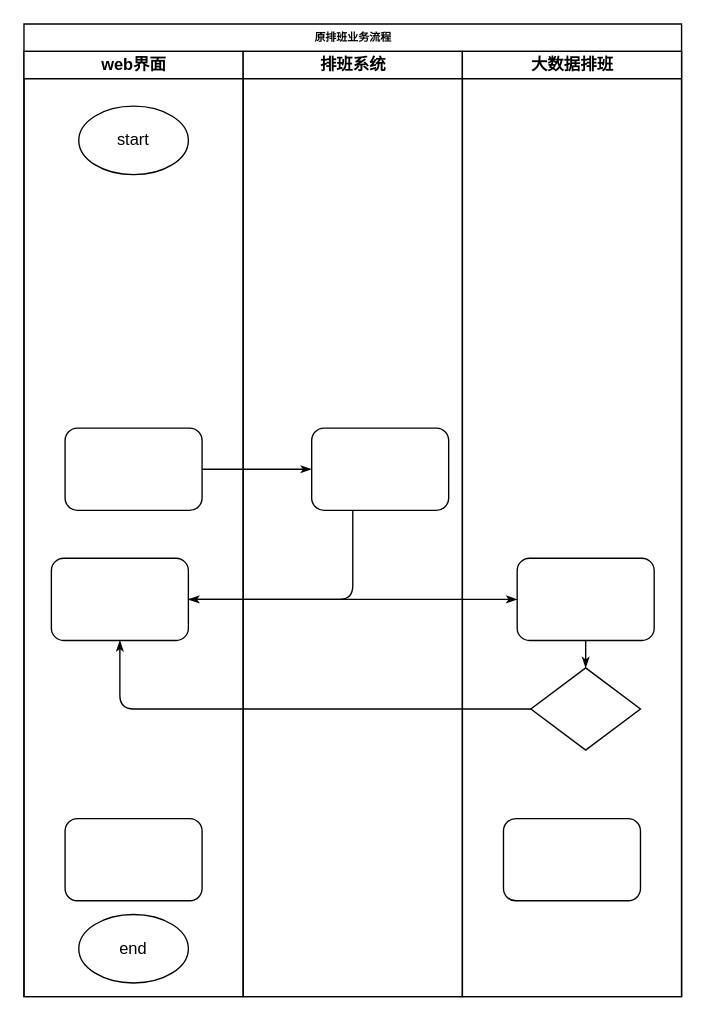
Before: 未命名绘图.drawio in alwayChina/draw, a draw.io diagram. Source tidied: cells renumbered, new cells numbered last; positions are measured from the earlier drawing's top-left corner, leaving out a move shared by most shapes. Both pictures are drawn from the tidied source at 137%, with x=0, y=0 at pixel (23, 23).
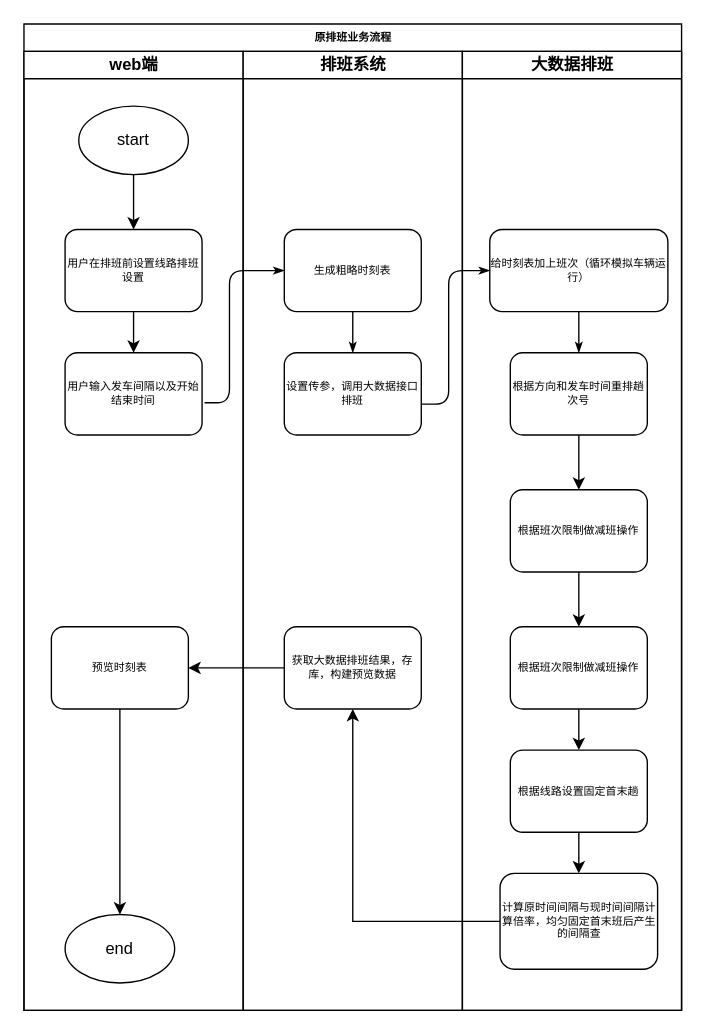
Above is the later version.

Commit message:
更新未命名绘图.drawio

Unchanged cells that the change refers to:
```xml
<mxCell id="11" value="start" style="ellipse;whiteSpace=wrap;html=1;" parent="7" vertex="1">
  <mxGeometry x="40" y="40" width="80" height="50" as="geometry" />
</mxCell>
```

What changed in the source:
```diff
@@
     <mxCell id="2" value="原排班业务流程" style="swimlane;html=1;startSize=20;rounded=0;shadow=0;labelBackgroundColor=none;strokeWidth=1;fontFamily=Verdana;fontSize=8;align=center;" parent="1" vertex="1">
-      <mxGeometry width="480" height="710" as="geometry" />
+      <mxGeometry width="480" height="720" as="geometry" />
     </mxCell>
-    <mxCell id="3" style="edgeStyle=orthogonalEdgeStyle;rounded=1;html=1;labelBackgroundColor=none;startArrow=none;startFill=0;startSize=5;endArrow=classicThin;endFill=1;endSize=5;jettySize=auto;strokeWidth=1;fontFamily=Verdana;fontSize=8;" parent="2" edge="1" source="8" target="14">
-      <mxGeometry relative="1" as="geometry" />
+    <mxCell id="3" style="edgeStyle=orthogonalEdgeStyle;rounded=1;html=1;labelBackgroundColor=none;startArrow=none;startFill=0;startSize=5;endArrow=classicThin;endFill=1;endSize=5;jettySize=auto;strokeWidth=1;fontFamily=Verdana;fontSize=8;exitX=1.018;exitY=0.608;exitDx=0;exitDy=0;exitPerimeter=0;entryX=0;entryY=0.5;entryDx=0;entryDy=0;" parent="2" edge="1" source="23" target="14">
+      <mxGeometry relative="1" as="geometry">
+        <Array as="points">
+          <mxPoint x="150" y="276" />
+          <mxPoint x="150" y="180" />
+        </Array>
+      </mxGeometry>
     </mxCell>
-    <mxCell id="4" style="edgeStyle=orthogonalEdgeStyle;rounded=1;html=1;labelBackgroundColor=none;startArrow=none;startFill=0;startSize=5;endArrow=classicThin;endFill=1;endSize=5;jettySize=auto;strokeWidth=1;fontFamily=Verdana;fontSize=8;" parent="2" edge="1" source="14" target="9">
-      <mxGeometry relative="1" as="geometry">
-        <Array as="points">
-          <mxPoint x="240" y="420" />
-        </Array>
-      </mxGeometry>
-    </mxCell>
-    <mxCell id="5" style="edgeStyle=orthogonalEdgeStyle;rounded=1;html=1;labelBackgroundColor=none;startArrow=none;startFill=0;startSize=5;endArrow=classicThin;endFill=1;endSize=5;jettySize=auto;strokeWidth=1;fontFamily=Verdana;fontSize=8;" parent="2" edge="1" source="9" target="16">
-      <mxGeometry relative="1" as="geometry" />
+    <mxCell id="5" style="edgeStyle=orthogonalEdgeStyle;rounded=1;html=1;labelBackgroundColor=none;startArrow=none;startFill=0;startSize=5;endArrow=classicThin;endFill=1;endSize=5;jettySize=auto;strokeWidth=1;fontFamily=Verdana;fontSize=8;exitX=1.004;exitY=0.625;exitDx=0;exitDy=0;exitPerimeter=0;entryX=0;entryY=0.5;entryDx=0;entryDy=0;" parent="2" edge="1" source="9" target="16">
+      <mxGeometry relative="1" as="geometry">
+        <Array as="points">
+          <mxPoint x="310" y="278" />
+          <mxPoint x="310" y="180" />
+        </Array>
+      </mxGeometry>
     </mxCell>
-    <mxCell id="6" style="edgeStyle=orthogonalEdgeStyle;rounded=1;html=1;labelBackgroundColor=none;startArrow=none;startFill=0;startSize=5;endArrow=classicThin;endFill=1;endSize=5;jettySize=auto;strokeWidth=1;fontFamily=Verdana;fontSize=8;" parent="2" edge="1" source="17" target="9">
-      <mxGeometry relative="1" as="geometry" />
-    </mxCell>
-    <mxCell id="7" value="web界面" style="swimlane;html=1;startSize=20;" parent="2" vertex="1">
-      <mxGeometry y="20" width="160" height="690" as="geometry" />
+    <mxCell id="7" value="web端" style="swimlane;html=1;startSize=20;" parent="2" vertex="1">
+      <mxGeometry y="20" width="160" height="700" as="geometry" />
     </mxCell>
-    <mxCell id="8" style="rounded=1;whiteSpace=wrap;html=1;shadow=0;labelBackgroundColor=none;strokeWidth=1;fontFamily=Verdana;fontSize=8;align=center;" parent="7" vertex="1">
-      <mxGeometry x="30" y="275" width="100" height="60" as="geometry" />
-    </mxCell>
-    <mxCell id="9" style="rounded=1;whiteSpace=wrap;html=1;shadow=0;labelBackgroundColor=none;strokeWidth=1;fontFamily=Verdana;fontSize=8;align=center;" parent="7" vertex="1">
-      <mxGeometry x="20" y="370" width="100" height="60" as="geometry" />
-    </mxCell>
-    <mxCell id="10" style="rounded=1;whiteSpace=wrap;html=1;shadow=0;labelBackgroundColor=none;strokeWidth=1;fontFamily=Verdana;fontSize=8;align=center;" parent="7" vertex="1">
-      <mxGeometry x="30" y="560" width="100" height="60" as="geometry" />
-    </mxCell>
+    <mxCell id="20" style="edgeStyle=orthogonalEdgeStyle;rounded=0;jettySize=auto;html=1;" parent="7" edge="1" source="11" target="22">
+      <mxGeometry relative="1" as="geometry" />
+    </mxCell>
@@
     <mxCell id="12" value="end" style="ellipse;whiteSpace=wrap;html=1;" parent="7" vertex="1">
-      <mxGeometry x="40" y="630" width="80" height="50" as="geometry" />
+      <mxGeometry x="30" y="630" width="80" height="50" as="geometry" />
     </mxCell>
+    <mxCell id="21" style="edgeStyle=orthogonalEdgeStyle;rounded=0;jettySize=auto;html=1;" parent="7" edge="1" source="22" target="23">
+      <mxGeometry relative="1" as="geometry" />
+    </mxCell>
+    <mxCell id="22" value="用户在排班前设置线路排班设置" style="rounded=1;whiteSpace=wrap;html=1;shadow=0;labelBackgroundColor=none;strokeWidth=1;fontFamily=Verdana;fontSize=8;align=center;" parent="7" vertex="1">
+      <mxGeometry x="30" y="130" width="100" height="60" as="geometry" />
+    </mxCell>
+    <mxCell id="23" value="用户输入发车间隔以及开始结束时间" style="rounded=1;whiteSpace=wrap;html=1;shadow=0;labelBackgroundColor=none;strokeWidth=1;fontFamily=Verdana;fontSize=8;align=center;" parent="7" vertex="1">
+      <mxGeometry x="30" y="220" width="100" height="60" as="geometry" />
+    </mxCell>
+    <mxCell id="24" style="edgeStyle=orthogonalEdgeStyle;rounded=0;jettySize=auto;html=1;" parent="7" edge="1" source="25" target="12">
+      <mxGeometry relative="1" as="geometry" />
+    </mxCell>
+    <mxCell id="25" value="预览时刻表" style="rounded=1;whiteSpace=wrap;html=1;shadow=0;labelBackgroundColor=none;strokeWidth=1;fontFamily=Verdana;fontSize=8;align=center;" parent="7" vertex="1">
+      <mxGeometry x="20" y="420" width="100" height="60" as="geometry" />
+    </mxCell>
     <mxCell id="13" value="排班系统" style="swimlane;html=1;startSize=20;" parent="2" vertex="1">
-      <mxGeometry x="160" y="20" width="160" height="690" as="geometry" />
+      <mxGeometry x="160" y="20" width="160" height="700" as="geometry" />
     </mxCell>
-    <mxCell id="14" style="rounded=1;whiteSpace=wrap;html=1;shadow=0;labelBackgroundColor=none;strokeWidth=1;fontFamily=Verdana;fontSize=8;align=center;" parent="13" vertex="1">
-      <mxGeometry x="50" y="275" width="100" height="60" as="geometry" />
+    <mxCell id="14" value="生成粗略时刻表" style="rounded=1;whiteSpace=wrap;html=1;shadow=0;labelBackgroundColor=none;strokeWidth=1;fontFamily=Verdana;fontSize=8;align=center;" parent="13" vertex="1">
+      <mxGeometry x="30" y="130" width="100" height="60" as="geometry" />
     </mxCell>
+    <mxCell id="9" value="设置传参，调用大数据接口排班" style="rounded=1;whiteSpace=wrap;html=1;shadow=0;labelBackgroundColor=none;strokeWidth=1;fontFamily=Verdana;fontSize=8;align=center;" parent="13" vertex="1">
+      <mxGeometry x="30" y="220" width="100" height="60" as="geometry" />
+    </mxCell>
+    <mxCell id="4" style="edgeStyle=orthogonalEdgeStyle;rounded=1;html=1;labelBackgroundColor=none;startArrow=none;startFill=0;startSize=5;endArrow=classicThin;endFill=1;endSize=5;jettySize=auto;strokeWidth=1;fontFamily=Verdana;fontSize=8;entryX=0.5;entryY=0;entryDx=0;entryDy=0;" parent="13" edge="1" source="14" target="9">
+      <mxGeometry relative="1" as="geometry" />
+    </mxCell>
+    <mxCell id="26" value="获取大数据排班结果，存库，构建预览数据" style="rounded=1;whiteSpace=wrap;html=1;shadow=0;labelBackgroundColor=none;strokeWidth=1;fontFamily=Verdana;fontSize=8;align=center;" parent="13" vertex="1">
+      <mxGeometry x="30" y="420" width="100" height="60" as="geometry" />
+    </mxCell>
     <mxCell id="15" value="大数据排班" style="swimlane;html=1;startSize=20;" parent="2" vertex="1">
-      <mxGeometry x="320" y="20" width="160" height="690" as="geometry" />
+      <mxGeometry x="320" y="20" width="160" height="700" as="geometry" />
     </mxCell>
+    <mxCell id="27" style="edgeStyle=orthogonalEdgeStyle;rounded=0;jettySize=auto;html=1;" parent="15" edge="1" source="18" target="10">
+      <mxGeometry relative="1" as="geometry" />
+    </mxCell>
+    <mxCell id="18" value="根据方向和发车时间重排趟次号" style="rounded=1;whiteSpace=wrap;html=1;shadow=0;labelBackgroundColor=none;strokeWidth=1;fontFamily=Verdana;fontSize=8;align=center;" parent="15" vertex="1">
+      <mxGeometry x="35" y="220" width="100" height="60" as="geometry" />
+    </mxCell>
-    <mxCell id="16" style="rounded=1;whiteSpace=wrap;html=1;shadow=0;labelBackgroundColor=none;strokeWidth=1;fontFamily=Verdana;fontSize=8;align=center;" parent="15" vertex="1">
-      <mxGeometry x="40" y="370" width="100" height="60" as="geometry" />
+    <mxCell id="16" value="给时刻表加上班次（循环模拟车辆运行）" style="rounded=1;whiteSpace=wrap;html=1;shadow=0;labelBackgroundColor=none;strokeWidth=1;fontFamily=Verdana;fontSize=8;align=center;" parent="15" vertex="1">
+      <mxGeometry x="20" y="130" width="130" height="60" as="geometry" />
     </mxCell>
-    <mxCell id="17" style="rhombus;whiteSpace=wrap;html=1;rounded=0;shadow=0;labelBackgroundColor=none;strokeWidth=1;fontFamily=Verdana;fontSize=8;align=center;" parent="15" vertex="1">
-      <mxGeometry x="50" y="450" width="80" height="60" as="geometry" />
-    </mxCell>
-    <mxCell id="18" style="rounded=1;whiteSpace=wrap;html=1;shadow=0;labelBackgroundColor=none;strokeWidth=1;fontFamily=Verdana;fontSize=8;align=center;" parent="15" vertex="1">
-      <mxGeometry x="30" y="560" width="100" height="60" as="geometry" />
-    </mxCell>
-    <mxCell id="19" style="edgeStyle=orthogonalEdgeStyle;rounded=1;html=1;labelBackgroundColor=none;startArrow=none;startFill=0;startSize=5;endArrow=classicThin;endFill=1;endSize=5;jettySize=auto;strokeWidth=1;fontFamily=Verdana;fontSize=8;" parent="15" edge="1" source="16" target="17">
+    <mxCell id="19" style="edgeStyle=orthogonalEdgeStyle;rounded=1;html=1;labelBackgroundColor=none;startArrow=none;startFill=0;startSize=5;endArrow=classicThin;endFill=1;endSize=5;jettySize=auto;strokeWidth=1;fontFamily=Verdana;fontSize=8;" parent="15" edge="1" source="16" target="18">
       <mxGeometry relative="1" as="geometry" />
     </mxCell>
+    <mxCell id="28" style="edgeStyle=orthogonalEdgeStyle;rounded=0;jettySize=auto;html=1;" parent="15" edge="1" source="10" target="30">
+      <mxGeometry relative="1" as="geometry" />
+    </mxCell>
+    <mxCell id="10" value="根据班次限制做减班操作" style="rounded=1;whiteSpace=wrap;html=1;shadow=0;labelBackgroundColor=none;strokeWidth=1;fontFamily=Verdana;fontSize=8;align=center;" parent="15" vertex="1">
+      <mxGeometry x="35" y="320" width="100" height="60" as="geometry" />
+    </mxCell>
+    <mxCell id="29" style="edgeStyle=orthogonalEdgeStyle;rounded=0;jettySize=auto;html=1;" parent="15" edge="1" source="30" target="32">
+      <mxGeometry relative="1" as="geometry" />
+    </mxCell>
+    <mxCell id="30" value="根据班次限制做减班操作" style="rounded=1;whiteSpace=wrap;html=1;shadow=0;labelBackgroundColor=none;strokeWidth=1;fontFamily=Verdana;fontSize=8;align=center;" parent="15" vertex="1">
+      <mxGeometry x="35" y="420" width="100" height="60" as="geometry" />
+    </mxCell>
+    <mxCell id="31" style="edgeStyle=orthogonalEdgeStyle;rounded=0;jettySize=auto;html=1;" parent="15" edge="1" source="32" target="33">
+      <mxGeometry relative="1" as="geometry" />
+    </mxCell>
+    <mxCell id="32" value="根据线路设置固定首末趟" style="rounded=1;whiteSpace=wrap;html=1;shadow=0;labelBackgroundColor=none;strokeWidth=1;fontFamily=Verdana;fontSize=8;align=center;" parent="15" vertex="1">
+      <mxGeometry x="35" y="510" width="100" height="60" as="geometry" />
+    </mxCell>
+    <mxCell id="33" value="计算原时间间隔与现时间间隔计算倍率，均匀固定首末班后产生的间隔查" style="rounded=1;whiteSpace=wrap;html=1;shadow=0;labelBackgroundColor=none;strokeWidth=1;fontFamily=Verdana;fontSize=8;align=center;" parent="15" vertex="1">
+      <mxGeometry x="27.5" y="600" width="115" height="70" as="geometry" />
+    </mxCell>
+    <mxCell id="34" style="edgeStyle=orthogonalEdgeStyle;rounded=0;jettySize=auto;html=1;" parent="2" edge="1" source="33" target="26">
+      <mxGeometry relative="1" as="geometry" />
+    </mxCell>
+    <mxCell id="35" style="edgeStyle=orthogonalEdgeStyle;rounded=0;jettySize=auto;html=1;" parent="2" edge="1" source="26" target="25">
+      <mxGeometry relative="1" as="geometry" />
+    </mxCell>
```
